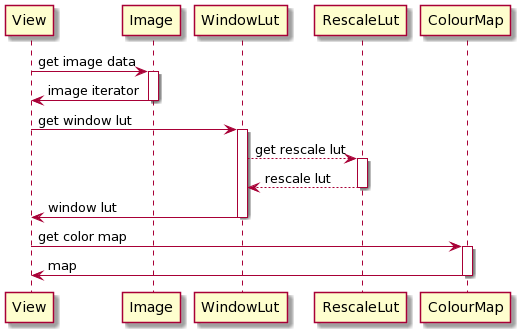
The PlantUML diagram resources/doc/img/sequence-view-creation.png in ivmartel/dwv, before a commit. Its diagram source:
```plantuml
@startuml
View -> Image: get image data
activate Image
Image -> View: image iterator
deactivate Image

View -> WindowLut: get window lut
activate WindowLut
WindowLut --> RescaleLut: get rescale lut
activate RescaleLut
RescaleLut --> WindowLut: rescale lut
deactivate RescaleLut
WindowLut -> View: window lut
deactivate WindowLut

View -> ColourMap: get color map
activate ColourMap
ColourMap -> View: map
deactivate ColourMap
@enduml
```
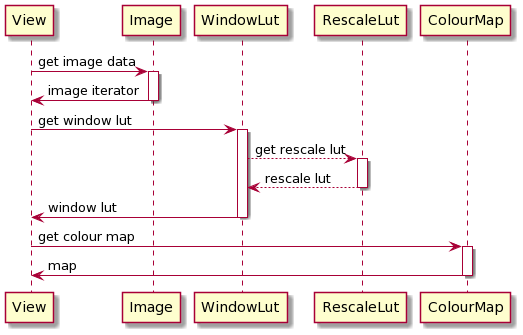
After the change.

Change to the diagram source:
```diff
@@ -13,7 +13,7 @@
 WindowLut -> View: window lut
 deactivate WindowLut
 
-View -> ColourMap: get color map
+View -> ColourMap: get colour map
 activate ColourMap
 ColourMap -> View: map
 deactivate ColourMap
```
